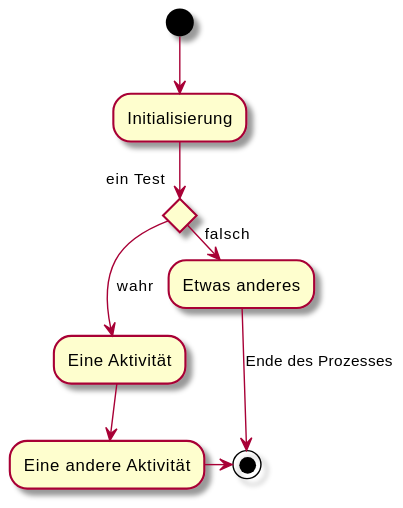
veit/python-basics-tutorial-de keeps this PlantUML diagram as docs/document/uml/activity-diagram.svg. Above is the earlier version. Its diagram source:
```plantuml
@startuml
(*) --> "Initialisierung"
if "ein Test" then
-->[wahr] "Eine Aktivität"
--> "Eine andere Aktivität"
-right-> (*)
else
->[falsch] "Etwas anderes"
-->[Ende des Prozesses] (*)
endif
@enduml
```
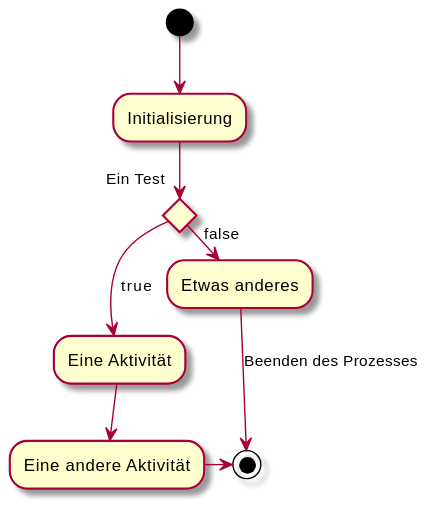
After the commit.

The edit, as a diff of the source:
```diff
@@ -1,11 +1,11 @@
 @startuml
 (*) --> "Initialisierung"
-if "ein Test" then
--->[wahr] "Eine Aktivität"
+if "Ein Test" then
+-->[true] "Eine Aktivität"
 --> "Eine andere Aktivität"
 -right-> (*)
 else
-->[falsch] "Etwas anderes"
--->[Ende des Prozesses] (*)
+->[false] "Etwas anderes"
+-->[Beenden des Prozesses] (*)
 endif
 @enduml
```
